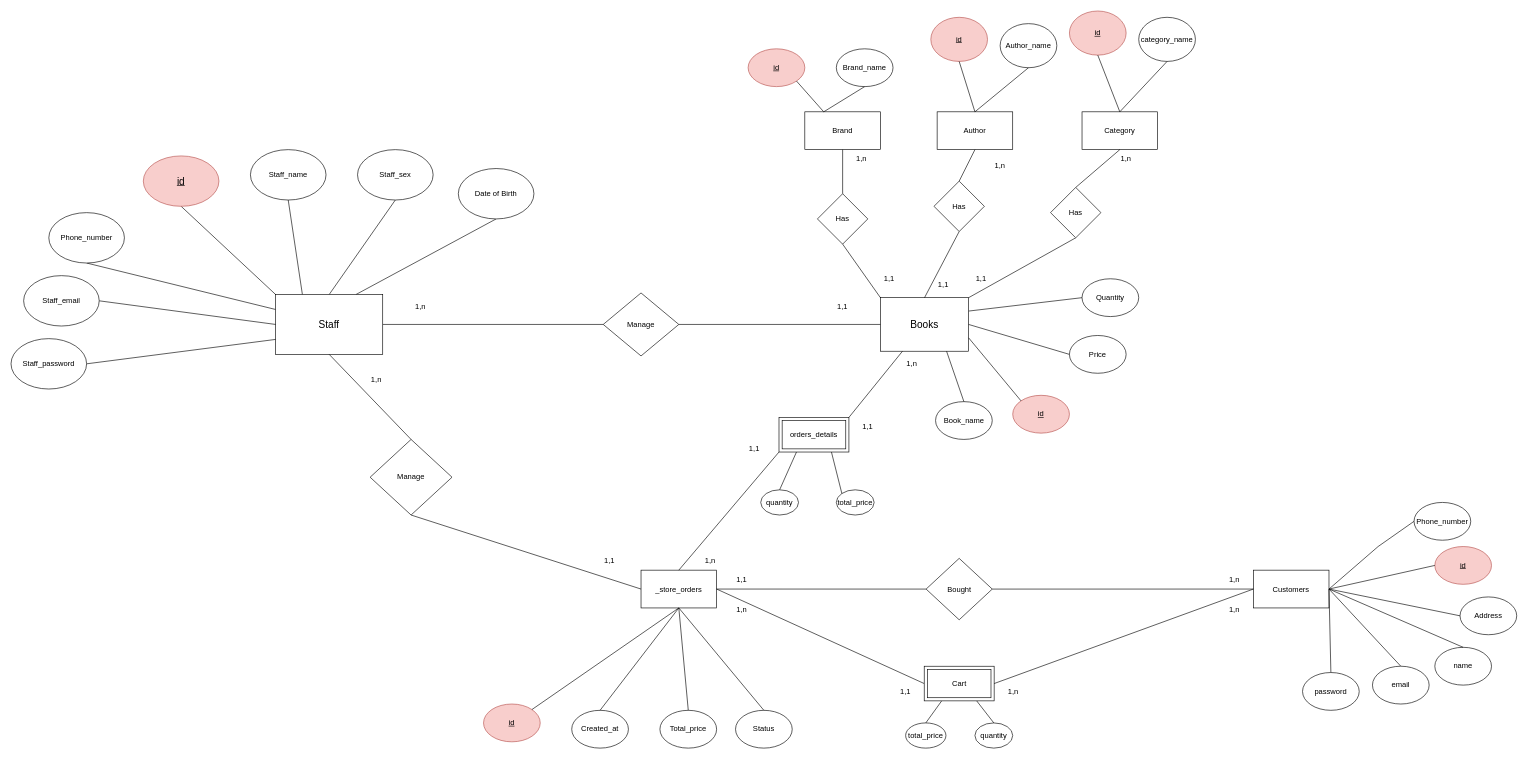
Above: Bookprj.drawio in khanh8603/khanh8603 (draw.io), before the change. Source tidied: cells renumbered, new cells numbered last; positions are measured from the earlier drawing's top-left corner, leaving out a move shared by most shapes. Both pictures are drawn from the tidied source at 63%, with x=0, y=0 at pixel (11, 11).
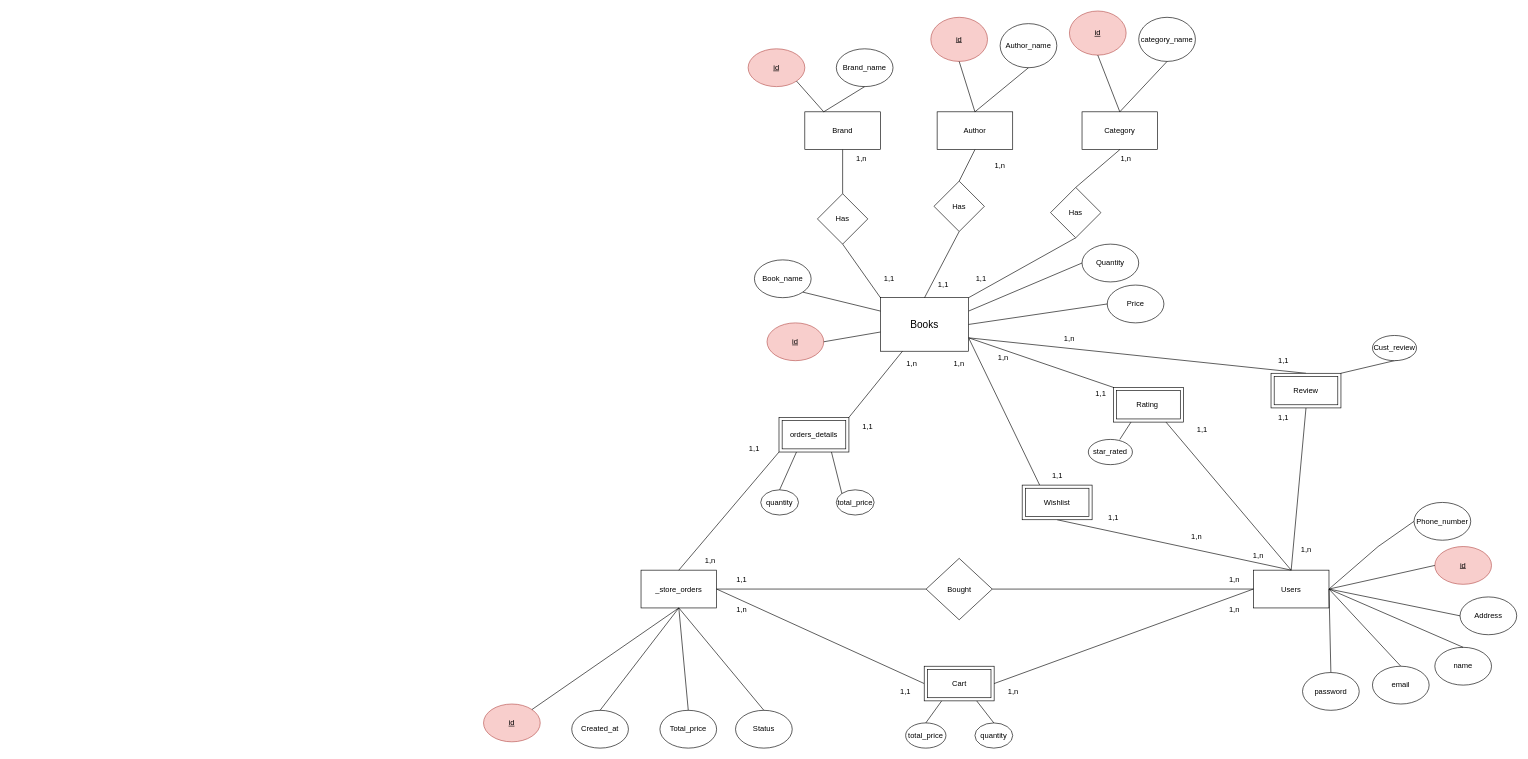
The same page after the edit.

Commit message:
Cập nhật Bookprj.drawio

The change refers to these unchanged cells:
```xml
<mxCell id="4" value="&lt;font style=&quot;font-size: 16px;&quot;&gt;Books&lt;/font&gt;" style="rounded=0;whiteSpace=wrap;html=1;" parent="1" vertex="1">
  <mxGeometry x="1380" y="455" width="140" height="85" as="geometry" />
</mxCell>
<mxCell id="6" value="_store_orders" style="rounded=0;whiteSpace=wrap;html=1;" parent="1" vertex="1">
  <mxGeometry x="1000" y="887.5" width="120" height="60" as="geometry" />
</mxCell>
```

What changed in the source:
```diff
@@
+    <mxCell id="115" style="rounded=0;jettySize=auto;html=1;exitX=1;exitY=0.75;exitDx=0;exitDy=0;entryX=0.5;entryY=0;entryDx=0;entryDy=0;endArrow=none;endFill=0;" parent="1" edge="1" source="4" target="120">
+      <mxGeometry relative="1" as="geometry" />
+    </mxCell>
+    <mxCell id="116" style="rounded=0;jettySize=auto;html=1;exitX=1;exitY=0.75;exitDx=0;exitDy=0;entryX=0.25;entryY=0;entryDx=0;entryDy=0;endArrow=none;endFill=0;" parent="1" edge="1" source="4" target="132">
+      <mxGeometry relative="1" as="geometry" />
+    </mxCell>
@@
-    <mxCell id="5" value="Customers" style="rounded=0;whiteSpace=wrap;html=1;" parent="1" vertex="1">
+    <mxCell id="5" value="Users" style="rounded=0;whiteSpace=wrap;html=1;" parent="1" vertex="1">
       <mxGeometry x="1972" y="887.5" width="120" height="60" as="geometry" />
     </mxCell>
@@
     <mxCell id="14" value="Book_name" style="ellipse;whiteSpace=wrap;html=1;" parent="1" vertex="1">
-      <mxGeometry x="1467.5" y="620" width="90" height="60" as="geometry" />
+      <mxGeometry x="1180" y="395" width="90" height="60" as="geometry" />
     </mxCell>
     <mxCell id="15" value="&lt;u&gt;id&lt;/u&gt;" style="ellipse;whiteSpace=wrap;html=1;fillColor=#f8cecc;strokeColor=#b85450;" parent="1" vertex="1">
-      <mxGeometry x="1590" y="610" width="90" height="60" as="geometry" />
+      <mxGeometry x="1200" y="495" width="90" height="60" as="geometry" />
     </mxCell>
@@
-    <mxCell id="38" style="endArrow=none;html=1;rounded=0;exitX=1;exitY=0.75;exitDx=0;exitDy=0;entryX=0;entryY=0;entryDx=0;entryDy=0;" parent="1" edge="1" source="4" target="15">
+    <mxCell id="38" style="endArrow=none;html=1;rounded=0;entryX=1;entryY=0.5;entryDx=0;entryDy=0;" parent="1" edge="1" source="4" target="15">
       <mxGeometry relative="1" as="geometry" />
     </mxCell>
-    <mxCell id="39" style="endArrow=none;html=1;rounded=0;entryX=0.5;entryY=0;entryDx=0;entryDy=0;exitX=0.75;exitY=1;exitDx=0;exitDy=0;" parent="1" edge="1" source="4" target="14">
+    <mxCell id="39" style="endArrow=none;html=1;rounded=0;entryX=1;entryY=1;entryDx=0;entryDy=0;exitX=0;exitY=0.25;exitDx=0;exitDy=0;" parent="1" edge="1" source="4" target="14">
       <mxGeometry relative="1" as="geometry" />
     </mxCell>
@@
     <mxCell id="58" value="Price" style="ellipse;whiteSpace=wrap;html=1;" parent="1" vertex="1">
-      <mxGeometry x="1680" y="515" width="90" height="60" as="geometry" />
+      <mxGeometry x="1740" y="435" width="90" height="60" as="geometry" />
     </mxCell>
@@
     <mxCell id="64" value="Quantity" style="ellipse;whiteSpace=wrap;html=1;" parent="1" vertex="1">
-      <mxGeometry x="1700" y="425" width="90" height="60" as="geometry" />
+      <mxGeometry x="1700" y="370" width="90" height="60" as="geometry" />
     </mxCell>
@@
-    <mxCell id="90" style="edgeStyle=orthogonalEdgeStyle;rounded=0;jettySize=auto;html=1;exitX=1;exitY=0.5;exitDx=0;exitDy=0;endArrow=none;endFill=0;entryX=0;entryY=0.5;entryDx=0;entryDy=0;" parent="1" edge="1" source="97" target="99">
-      <mxGeometry relative="1" as="geometry" />
-    </mxCell>
-    <mxCell id="91" style="rounded=0;jettySize=auto;html=1;exitX=0.5;exitY=1;exitDx=0;exitDy=0;entryX=0;entryY=0.5;entryDx=0;entryDy=0;endArrow=none;endFill=0;" parent="1" edge="1" source="103" target="6">
-      <mxGeometry relative="1" as="geometry" />
-    </mxCell>
-    <mxCell id="92" style="rounded=0;jettySize=auto;html=1;exitX=0;exitY=0;exitDx=0;exitDy=0;entryX=0.5;entryY=1;entryDx=0;entryDy=0;endArrow=none;endFill=0;" parent="1" edge="1" source="97" target="108">
-      <mxGeometry relative="1" as="geometry" />
-    </mxCell>
-    <mxCell id="93" style="rounded=0;jettySize=auto;html=1;exitX=0.25;exitY=0;exitDx=0;exitDy=0;entryX=0.5;entryY=1;entryDx=0;entryDy=0;endArrow=none;endFill=0;" parent="1" edge="1" source="97" target="107">
-      <mxGeometry relative="1" as="geometry" />
-    </mxCell>
-    <mxCell id="94" style="rounded=0;jettySize=auto;html=1;exitX=0.75;exitY=0;exitDx=0;exitDy=0;entryX=0.5;entryY=1;entryDx=0;entryDy=0;endArrow=none;endFill=0;" parent="1" edge="1" source="97" target="109">
-      <mxGeometry relative="1" as="geometry" />
-    </mxCell>
-    <mxCell id="95" style="rounded=0;jettySize=auto;html=1;exitX=0.5;exitY=0;exitDx=0;exitDy=0;entryX=0.5;entryY=1;entryDx=0;entryDy=0;endArrow=none;endFill=0;" parent="1" edge="1" source="97" target="106">
-      <mxGeometry relative="1" as="geometry" />
-    </mxCell>
-    <mxCell id="96" style="rounded=0;jettySize=auto;html=1;exitX=0;exitY=0.25;exitDx=0;exitDy=0;entryX=0.5;entryY=1;entryDx=0;entryDy=0;endArrow=none;endFill=0;" parent="1" edge="1" source="97" target="110">
-      <mxGeometry relative="1" as="geometry" />
-    </mxCell>
-    <mxCell id="97" value="&lt;font style=&quot;font-size: 16px;&quot;&gt;Staff&lt;/font&gt;" style="rounded=0;whiteSpace=wrap;html=1;" parent="1" vertex="1">
-      <mxGeometry x="420" y="450" width="170" height="95" as="geometry" />
-    </mxCell>
-    <mxCell id="98" style="edgeStyle=orthogonalEdgeStyle;rounded=0;jettySize=auto;html=1;exitX=1;exitY=0.5;exitDx=0;exitDy=0;entryX=0;entryY=0.5;entryDx=0;entryDy=0;endArrow=none;endFill=0;" parent="1" edge="1" source="99" target="4">
-      <mxGeometry relative="1" as="geometry" />
-    </mxCell>
-    <mxCell id="99" value="Manage" style="rhombus;whiteSpace=wrap;html=1;" parent="1" vertex="1">
-      <mxGeometry x="940" y="447.5" width="120" height="100" as="geometry" />
-    </mxCell>
-    <mxCell id="100" value="1,1" style="text;html=1;strokeColor=none;fillColor=none;align=center;verticalAlign=middle;whiteSpace=wrap;rounded=0;" parent="1" vertex="1">
-      <mxGeometry x="1290" y="455" width="60" height="30" as="geometry" />
-    </mxCell>
-    <mxCell id="101" value="1,n" style="text;html=1;strokeColor=none;fillColor=none;align=center;verticalAlign=middle;whiteSpace=wrap;rounded=0;" parent="1" vertex="1">
-      <mxGeometry x="620" y="455" width="60" height="30" as="geometry" />
-    </mxCell>
-    <mxCell id="102" style="rounded=0;jettySize=auto;html=1;exitX=0.5;exitY=1;exitDx=0;exitDy=0;entryX=0.5;entryY=0;entryDx=0;entryDy=0;endArrow=none;endFill=0;" parent="1" edge="1" source="97" target="103">
-      <mxGeometry relative="1" as="geometry" />
-    </mxCell>
-    <mxCell id="103" value="Manage" style="rhombus;whiteSpace=wrap;html=1;" parent="1" vertex="1">
-      <mxGeometry x="570" y="680" width="130" height="120" as="geometry" />
-    </mxCell>
-    <mxCell id="104" value="1,n" style="text;html=1;strokeColor=none;fillColor=none;align=center;verticalAlign=middle;whiteSpace=wrap;rounded=0;" parent="1" vertex="1">
-      <mxGeometry x="550" y="570" width="60" height="30" as="geometry" />
-    </mxCell>
-    <mxCell id="105" value="1,1" style="text;html=1;strokeColor=none;fillColor=none;align=center;verticalAlign=middle;whiteSpace=wrap;rounded=0;" parent="1" vertex="1">
-      <mxGeometry x="920" y="857.5" width="60" height="30" as="geometry" />
-    </mxCell>
-    <mxCell id="106" value="Staff_sex" style="ellipse;whiteSpace=wrap;html=1;" parent="1" vertex="1">
-      <mxGeometry x="550" y="220" width="120" height="80" as="geometry" />
-    </mxCell>
-    <mxCell id="107" value="Staff_name" style="ellipse;whiteSpace=wrap;html=1;" parent="1" vertex="1">
-      <mxGeometry x="380" y="220" width="120" height="80" as="geometry" />
-    </mxCell>
-    <mxCell id="108" value="&lt;font style=&quot;font-size: 16px;&quot;&gt;&lt;u&gt;id&lt;/u&gt;&lt;/font&gt;" style="ellipse;whiteSpace=wrap;html=1;fillColor=#f8cecc;strokeColor=#b85450;" parent="1" vertex="1">
-      <mxGeometry x="210" y="230" width="120" height="80" as="geometry" />
-    </mxCell>
-    <mxCell id="109" value="Date of Birth" style="ellipse;whiteSpace=wrap;html=1;" parent="1" vertex="1">
-      <mxGeometry x="710" y="250" width="120" height="80" as="geometry" />
-    </mxCell>
-    <mxCell id="110" value="Phone_number" style="ellipse;whiteSpace=wrap;html=1;" parent="1" vertex="1">
-      <mxGeometry x="60" y="320" width="120" height="80" as="geometry" />
-    </mxCell>
-    <mxCell id="111" style="rounded=0;jettySize=auto;html=1;exitX=0;exitY=0.5;exitDx=0;exitDy=0;endArrow=none;endFill=0;entryX=1;entryY=0.5;entryDx=0;entryDy=0;" parent="1" edge="1" source="97" target="114">
-      <mxGeometry relative="1" as="geometry" />
-    </mxCell>
-    <mxCell id="112" style="rounded=0;jettySize=auto;html=1;exitX=0;exitY=0.75;exitDx=0;exitDy=0;entryX=1;entryY=0.5;entryDx=0;entryDy=0;endArrow=none;endFill=0;" parent="1" edge="1" source="97" target="113">
-      <mxGeometry relative="1" as="geometry" />
-    </mxCell>
-    <mxCell id="113" value="Staff_password" style="ellipse;whiteSpace=wrap;html=1;" parent="1" vertex="1">
-      <mxGeometry y="520" width="120" height="80" as="geometry" />
-    </mxCell>
-    <mxCell id="114" value="Staff_email" style="ellipse;whiteSpace=wrap;html=1;" parent="1" vertex="1">
-      <mxGeometry x="20" y="420" width="120" height="80" as="geometry" />
-    </mxCell>
+    <mxCell id="117" value="1,n" style="text;html=1;strokeColor=none;fillColor=none;align=center;verticalAlign=middle;whiteSpace=wrap;rounded=0;" parent="1" vertex="1">
+      <mxGeometry x="1950" y="850" width="60" height="30" as="geometry" />
+    </mxCell>
+    <mxCell id="118" style="rounded=0;jettySize=auto;html=1;exitX=0.5;exitY=1;exitDx=0;exitDy=0;entryX=0.5;entryY=0;entryDx=0;entryDy=0;endArrow=none;endFill=0;" parent="1" edge="1" source="120" target="5">
+      <mxGeometry relative="1" as="geometry" />
+    </mxCell>
+    <mxCell id="119" style="rounded=0;jettySize=auto;html=1;exitX=1;exitY=0;exitDx=0;exitDy=0;entryX=1;entryY=1;entryDx=0;entryDy=0;endArrow=none;endFill=0;" parent="1" edge="1" source="120" target="130">
+      <mxGeometry relative="1" as="geometry" />
+    </mxCell>
+    <mxCell id="120" value="Review" style="shape=ext;margin=3;double=1;whiteSpace=wrap;html=1;align=center;arcSize=20;fillOpacity=100;direction=east;rotation=0;" parent="1" vertex="1">
+      <mxGeometry x="2000" y="575" width="111" height="55" as="geometry" />
+    </mxCell>
+    <mxCell id="121" style="endArrow=none;html=1;rounded=0;entryX=0.75;entryY=1;entryDx=0;entryDy=0;exitX=0.5;exitY=0;exitDx=0;exitDy=0;" parent="1" edge="1" source="5" target="133">
+      <mxGeometry relative="1" as="geometry" />
+    </mxCell>
+    <mxCell id="122" value="star_rated" style="ellipse;whiteSpace=wrap;html=1;" parent="1" vertex="1">
+      <mxGeometry x="1710" y="680" width="70" height="40" as="geometry" />
+    </mxCell>
+    <mxCell id="123" style="endArrow=none;html=1;rounded=0;entryX=0.25;entryY=1;entryDx=0;entryDy=0;exitX=0.714;exitY=0;exitDx=0;exitDy=0;exitPerimeter=0;" parent="1" edge="1" source="122" target="133">
+      <mxGeometry relative="1" as="geometry" />
+    </mxCell>
+    <mxCell id="124" value="1,1" style="text;html=1;strokeColor=none;fillColor=none;align=center;verticalAlign=middle;whiteSpace=wrap;rounded=0;" parent="1" vertex="1">
+      <mxGeometry x="1700" y="592.5" width="60" height="30" as="geometry" />
+    </mxCell>
+    <mxCell id="125" value="1,1" style="text;html=1;strokeColor=none;fillColor=none;align=center;verticalAlign=middle;whiteSpace=wrap;rounded=0;" parent="1" vertex="1">
+      <mxGeometry x="1861" y="650" width="60" height="30" as="geometry" />
+    </mxCell>
+    <mxCell id="126" value="1,n" style="text;html=1;strokeColor=none;fillColor=none;align=center;verticalAlign=middle;whiteSpace=wrap;rounded=0;" parent="1" vertex="1">
+      <mxGeometry x="1650" y="505" width="60" height="30" as="geometry" />
+    </mxCell>
+    <mxCell id="127" value="1,1" style="text;html=1;strokeColor=none;fillColor=none;align=center;verticalAlign=middle;whiteSpace=wrap;rounded=0;" parent="1" vertex="1">
+      <mxGeometry x="1990" y="540" width="60" height="30" as="geometry" />
+    </mxCell>
+    <mxCell id="128" value="1,1" style="text;html=1;strokeColor=none;fillColor=none;align=center;verticalAlign=middle;whiteSpace=wrap;rounded=0;" parent="1" vertex="1">
+      <mxGeometry x="1990" y="630" width="60" height="30" as="geometry" />
+    </mxCell>
+    <mxCell id="129" value="1,n" style="text;html=1;strokeColor=none;fillColor=none;align=center;verticalAlign=middle;whiteSpace=wrap;rounded=0;" parent="1" vertex="1">
+      <mxGeometry x="2025.5" y="840" width="60" height="30" as="geometry" />
+    </mxCell>
+    <mxCell id="130" value="Cust_review" style="ellipse;whiteSpace=wrap;html=1;" parent="1" vertex="1">
+      <mxGeometry x="2161" y="515" width="70" height="40" as="geometry" />
+    </mxCell>
+    <mxCell id="131" style="rounded=0;jettySize=auto;html=1;exitX=0.5;exitY=1;exitDx=0;exitDy=0;entryX=0.5;entryY=0;entryDx=0;entryDy=0;endArrow=none;endFill=0;" parent="1" edge="1" source="132" target="5">
+      <mxGeometry relative="1" as="geometry" />
+    </mxCell>
+    <mxCell id="132" value="Wishlist" style="shape=ext;margin=3;double=1;whiteSpace=wrap;html=1;align=center;arcSize=20;fillOpacity=100;direction=east;rotation=0;" parent="1" vertex="1">
+      <mxGeometry x="1605" y="752.5" width="111" height="55" as="geometry" />
+    </mxCell>
+    <mxCell id="133" value="Rating&amp;nbsp;" style="shape=ext;margin=3;double=1;whiteSpace=wrap;html=1;align=center;arcSize=20;fillOpacity=100;direction=east;rotation=0;" parent="1" vertex="1">
+      <mxGeometry x="1750" y="597.5" width="111" height="55" as="geometry" />
+    </mxCell>
+    <mxCell id="134" style="endArrow=none;html=1;rounded=0;entryX=1;entryY=0.75;entryDx=0;entryDy=0;exitX=0;exitY=0;exitDx=0;exitDy=0;" parent="1" edge="1" source="133" target="4">
+      <mxGeometry relative="1" as="geometry" />
+    </mxCell>
+    <mxCell id="135" value="1,n" style="text;html=1;strokeColor=none;fillColor=none;align=center;verticalAlign=middle;whiteSpace=wrap;rounded=0;" parent="1" vertex="1">
+      <mxGeometry x="1545" y="535" width="60" height="30" as="geometry" />
+    </mxCell>
+    <mxCell id="136" value="1,n" style="text;html=1;strokeColor=none;fillColor=none;align=center;verticalAlign=middle;whiteSpace=wrap;rounded=0;" parent="1" vertex="1">
+      <mxGeometry x="1475" y="545" width="60" height="30" as="geometry" />
+    </mxCell>
+    <mxCell id="137" value="1,n" style="text;html=1;strokeColor=none;fillColor=none;align=center;verticalAlign=middle;whiteSpace=wrap;rounded=0;" parent="1" vertex="1">
+      <mxGeometry x="1852" y="820" width="60" height="30" as="geometry" />
+    </mxCell>
+    <mxCell id="138" value="1,1" style="text;html=1;strokeColor=none;fillColor=none;align=center;verticalAlign=middle;whiteSpace=wrap;rounded=0;" parent="1" vertex="1">
+      <mxGeometry x="1630.5" y="722.5" width="60" height="30" as="geometry" />
+    </mxCell>
+    <mxCell id="139" value="1,1" style="text;html=1;strokeColor=none;fillColor=none;align=center;verticalAlign=middle;whiteSpace=wrap;rounded=0;" parent="1" vertex="1">
+      <mxGeometry x="1720" y="790" width="60" height="30" as="geometry" />
+    </mxCell>
```
